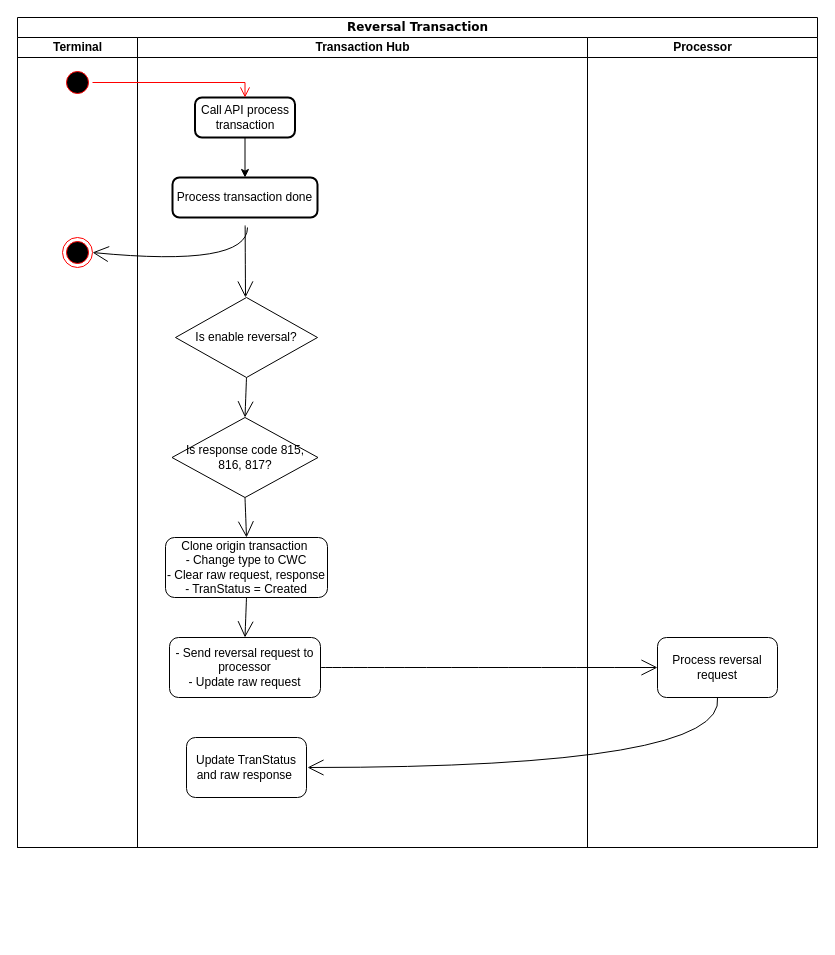
This is page "ReversalTransaction" (2 of 6) of docs/diagram.drawio from SmileDragonfly/transaction-hub, a draw.io file, before an edit. Source tidied: cells renumbered, new cells numbered last; positions are measured from the earlier drawing's top-left corner, leaving out a move shared by most shapes. Both pictures are drawn from the tidied source at 100%, with x=0, y=0 at pixel (17, 17).
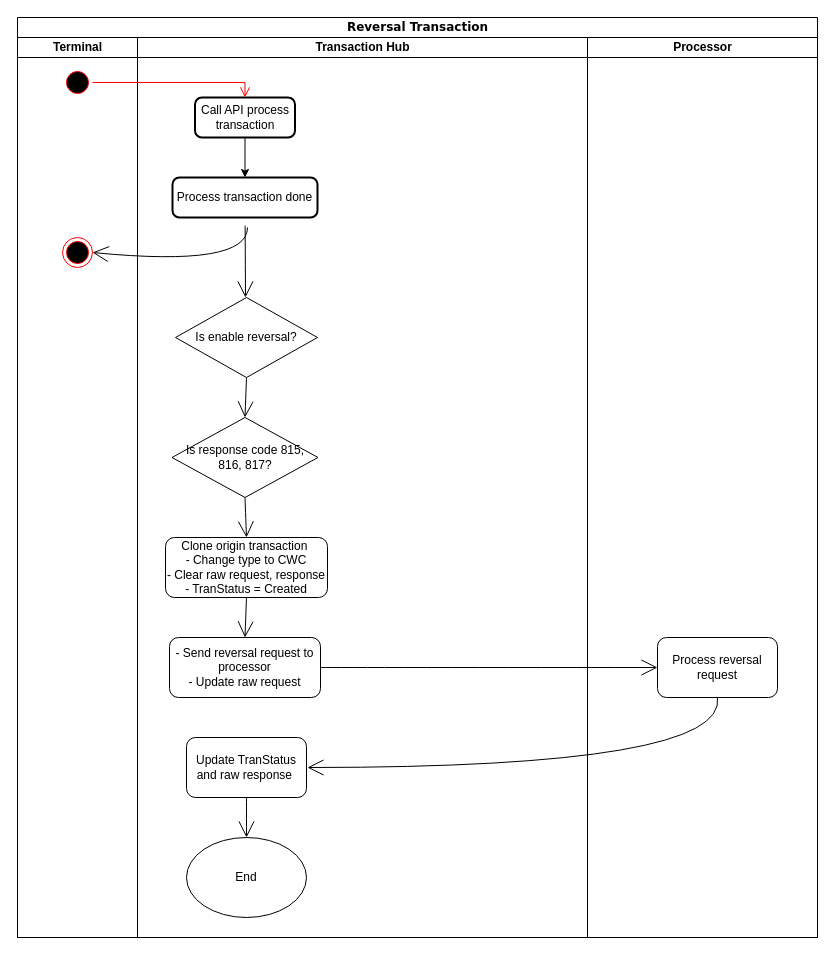
The same diagram, later.

The change refers to these unchanged cells:
```xml
<mxCell id="19" value="Update TranStatus and raw response&amp;nbsp;" style="rounded=1;whiteSpace=wrap;html=1;" parent="6" vertex="1">
  <mxGeometry x="49" y="700" width="120" height="60" as="geometry" />
</mxCell>
```

Change to the diagram source:
```diff
@@
     <mxCell id="2" value="Reversal Transaction" style="swimlane;html=1;startSize=20;rounded=0;shadow=0;comic=0;labelBackgroundColor=none;strokeWidth=1;fontFamily=Verdana;fontSize=12;align=center;swimlaneLine=1;" parent="1" vertex="1">
-      <mxGeometry width="800" height="830" as="geometry" />
+      <mxGeometry width="800" height="920" as="geometry" />
     </mxCell>
     <mxCell id="3" value="Terminal" style="swimlane;html=1;startSize=20;" parent="2" vertex="1">
-      <mxGeometry y="20" width="120" height="810" as="geometry" />
+      <mxGeometry y="20" width="120" height="900" as="geometry" />
     </mxCell>
@@
     <mxCell id="6" value="Transaction Hub" style="swimlane;html=1;startSize=20;" parent="2" vertex="1">
-      <mxGeometry x="120" y="20" width="450" height="810" as="geometry" />
+      <mxGeometry x="120" y="20" width="450" height="900" as="geometry" />
     </mxCell>
@@
+    <mxCell id="25" style="edgeStyle=none;curved=1;rounded=0;jettySize=auto;html=1;exitX=0.5;exitY=1;exitDx=0;exitDy=0;entryX=0.5;entryY=0;entryDx=0;entryDy=0;endArrow=open;startSize=14;endSize=14;sourcePerimeterSpacing=8;targetPerimeterSpacing=8;" parent="6" edge="1" source="19" target="26">
+      <mxGeometry relative="1" as="geometry" />
+    </mxCell>
@@
+    <mxCell id="26" value="End" style="ellipse;whiteSpace=wrap;html=1;" parent="6" vertex="1">
+      <mxGeometry x="49" y="800" width="120" height="80" as="geometry" />
+    </mxCell>
     <mxCell id="20" value="Processor" style="swimlane;html=1;startSize=20;" parent="2" vertex="1">
-      <mxGeometry x="570" y="20" width="230" height="810" as="geometry" />
+      <mxGeometry x="570" y="20" width="230" height="900" as="geometry" />
     </mxCell>
```
